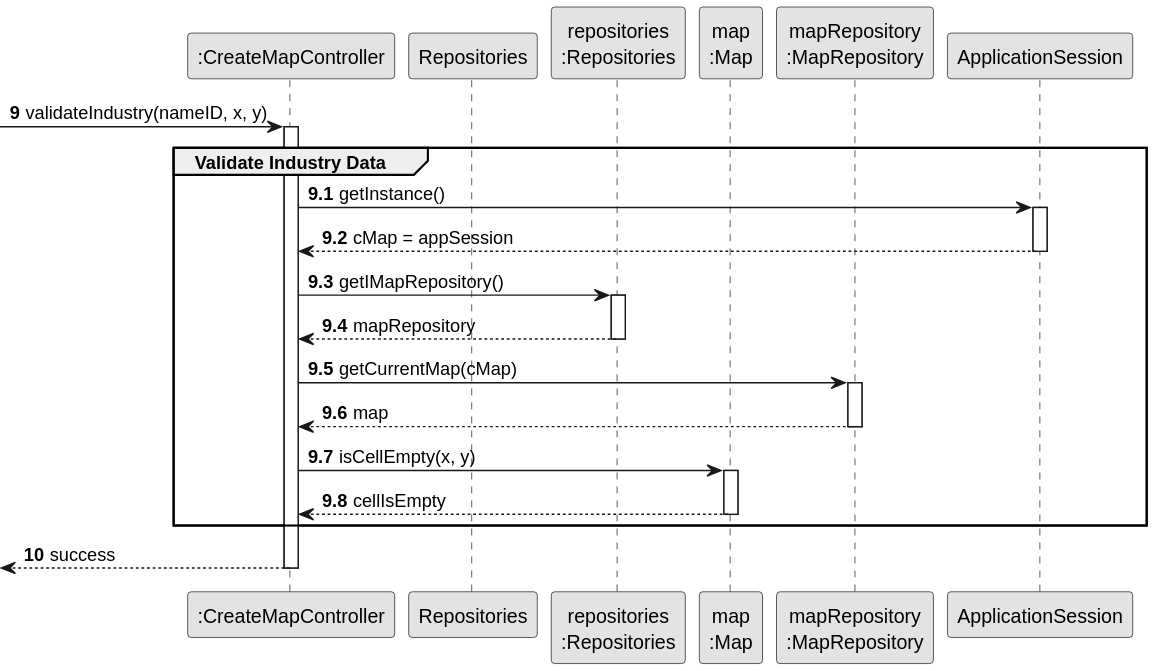
Before: docs/system-documentation/Sprint 2/US02/03.design/svg/US02-SD-validate-industry-data.svg, a diagram exported from PlantUML (HenriqueSilva18/Railway-Network-Simulator). Its diagram source:
```plantuml
@startuml
skinparam monochrome true
skinparam packageStyle rectangle
skinparam shadowing false

autonumber

participant ":CreateMapController" as CTRL
participant "Repositories" as REPOS
participant "repositories\n:Repositories" as REPOS_SINGLETON
participant "map\n:Map" as MAP
participant "mapRepository\n:MapRepository" as REPOS_MAP
participant "ApplicationSession" as APP_SESSION

autonumber 9
-> CTRL: validateIndustry(nameID, x, y)
        activate CTRL
        autonumber 9.1
        group Validate Industry Data
            CTRL -> APP_SESSION: getInstance()
            activate APP_SESSION
                APP_SESSION --> CTRL: cMap = appSession
            deactivate APP_SESSION

            CTRL -> REPOS_SINGLETON: getIMapRepository()
            activate REPOS_SINGLETON
                REPOS_SINGLETON --> CTRL: mapRepository
            deactivate REPOS_SINGLETON

            CTRL -> REPOS_MAP: getCurrentMap(cMap)
            activate REPOS_MAP
                REPOS_MAP --> CTRL: map
            deactivate REPOS_MAP

            CTRL -> MAP: isCellEmpty(x, y)
            activate MAP
                MAP --> CTRL: cellIsEmpty
            deactivate MAP

        end
        autonumber 10
        <-- CTRL: success
deactivate CTRL
@enduml
```
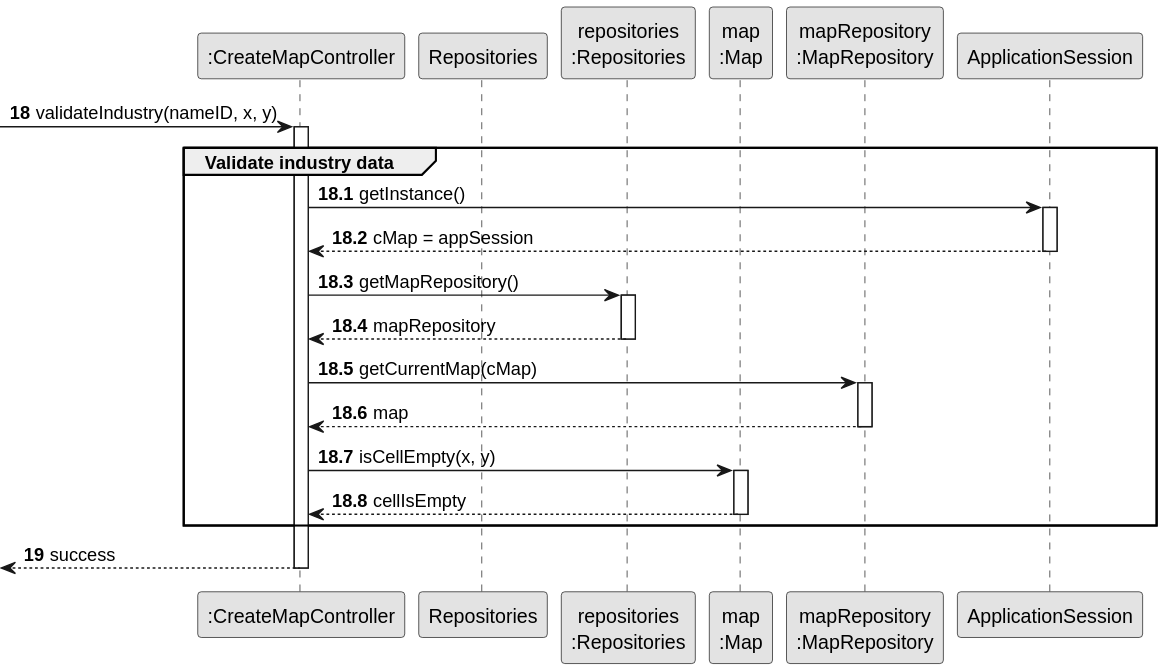
Above is the later version.

The edit, as a diff of the source:
```diff
@@ -12,17 +12,17 @@
 participant "mapRepository\n:MapRepository" as REPOS_MAP
 participant "ApplicationSession" as APP_SESSION
 
-autonumber 9
+autonumber 18
 -> CTRL: validateIndustry(nameID, x, y)
         activate CTRL
-        autonumber 9.1
-        group Validate Industry Data
+        autonumber 18.1
+        group Validate industry data
             CTRL -> APP_SESSION: getInstance()
             activate APP_SESSION
                 APP_SESSION --> CTRL: cMap = appSession
             deactivate APP_SESSION
 
-            CTRL -> REPOS_SINGLETON: getIMapRepository()
+            CTRL -> REPOS_SINGLETON: getMapRepository()
             activate REPOS_SINGLETON
                 REPOS_SINGLETON --> CTRL: mapRepository
             deactivate REPOS_SINGLETON
@@ -38,7 +38,7 @@
             deactivate MAP
 
         end
-        autonumber 10
+        autonumber 19
         <-- CTRL: success
 deactivate CTRL
 @enduml
```
